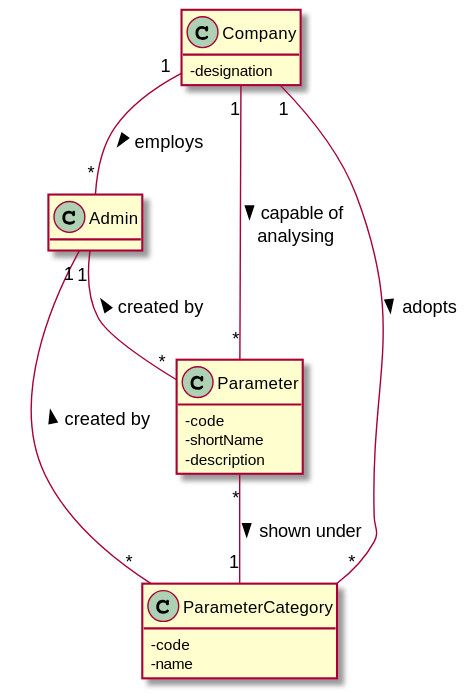
GuilhermeCunha79/lapr2 keeps this PlantUML diagram as docs/SprintC/US11/UC11_MD.svg. Above is the earlier version. Its diagram source:
```plantuml
@startuml

hide methods

skinparam classAttributeIconSize 0


class Company {
  -designation
}

class Admin{
}

class Parameter{
    -code
    -shortName
    -description
}

class ParameterCategory{
    -code
    -name
}

Company"1" -- "*"Admin :> employs
Company"1" -- "*"Parameter :> capable of \n analysing
Company"1" -- "*"ParameterCategory :> adopts
Admin"1" -- "*"Parameter :< created by
Parameter"*" -- "1"ParameterCategory :> shown under
Admin"1" -- "*"ParameterCategory :< created by




@enduml
```
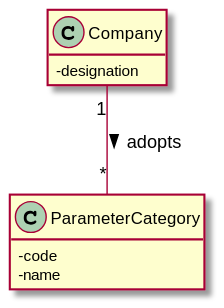
After the commit.

The edit, as a diff of the source:
```diff
@@ -9,26 +9,12 @@
   -designation
 }
 
-class Admin{
-}
-
-class Parameter{
-    -code
-    -shortName
-    -description
-}
-
 class ParameterCategory{
     -code
     -name
 }
 
-Company"1" -- "*"Admin :> employs
-Company"1" -- "*"Parameter :> capable of \n analysing
 Company"1" -- "*"ParameterCategory :> adopts
-Admin"1" -- "*"Parameter :< created by
-Parameter"*" -- "1"ParameterCategory :> shown under
-Admin"1" -- "*"ParameterCategory :< created by
 
 
 
```
